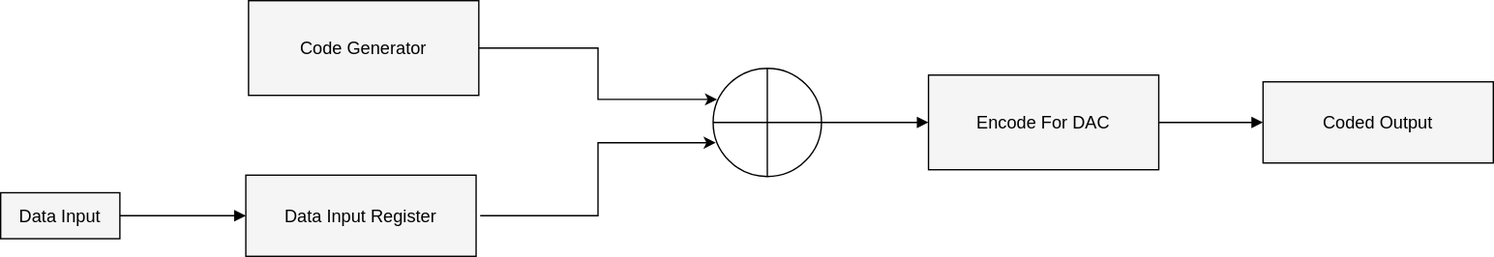
fredowski/spreads keeps this draw.io diagram as documentation/drawio/transmitter_abstract.svg. Above is the earlier version. Source tidied: cells renumbered, new cells last; positions are measured from the earlier drawing's top-left corner, leaving out a move shared by most shapes. Source of this version:
```xml
<mxGraphModel>
  <root>
    <mxCell id="0" />
    <mxCell id="1" parent="0" />
    <mxCell id="2" value="Data Input" style="rounded=0;whiteSpace=wrap;html=1;fillColor=#f5f5f5;strokeColor=#000000;fontSize=13;fontColor=#000000;" parent="1" vertex="1">
      <mxGeometry y="142" width="88" height="34" as="geometry" />
    </mxCell>
    <mxCell id="3" value="Code Generator" style="rounded=0;whiteSpace=wrap;html=1;fillColor=#f5f5f5;strokeColor=#000000;fontSize=13;fontColor=#000000;" parent="1" vertex="1">
      <mxGeometry x="183" width="170" height="70" as="geometry" />
    </mxCell>
    <mxCell id="4" value="Data Input Register" style="rounded=0;whiteSpace=wrap;html=1;fillColor=#f5f5f5;strokeColor=#000000;fontSize=13;fontColor=#000000;" parent="1" vertex="1">
      <mxGeometry x="181" y="129" width="170" height="60" as="geometry" />
    </mxCell>
    <mxCell id="5" value="Encode For DAC" style="rounded=0;whiteSpace=wrap;html=1;fillColor=#f5f5f5;strokeColor=#000000;fontSize=13;fontColor=#000000;" parent="1" vertex="1">
      <mxGeometry x="685" y="55" width="170" height="70" as="geometry" />
    </mxCell>
    <mxCell id="6" value="Coded Output" style="rounded=0;whiteSpace=wrap;html=1;fillColor=#f5f5f5;strokeColor=#000000;fontSize=13;fontColor=#000000;" parent="1" vertex="1">
      <mxGeometry x="932" y="60" width="170" height="60" as="geometry" />
    </mxCell>
    <mxCell id="7" style="edgeStyle=orthogonalEdgeStyle;rounded=0;html=1;endArrow=block;endFill=1;strokeColor=#000000;exitX=1;exitY=0.5;exitDx=0;exitDy=0;entryX=0;entryY=0.5;entryDx=0;entryDy=0;" parent="1" edge="1" source="2" target="4">
      <mxGeometry relative="1" as="geometry" />
    </mxCell>
    <mxCell id="8" style="edgeStyle=orthogonalEdgeStyle;rounded=0;html=1;endArrow=block;endFill=1;strokeColor=#000000;exitX=1;exitY=0.5;exitDx=0;exitDy=0;" parent="1" edge="1" source="12" target="5">
      <mxGeometry relative="1" as="geometry" />
    </mxCell>
    <mxCell id="9" style="edgeStyle=orthogonalEdgeStyle;rounded=0;html=1;endArrow=block;endFill=1;strokeColor=#000000;exitX=1;exitY=0.5;exitDx=0;exitDy=0;" parent="1" edge="1" source="5" target="6">
      <mxGeometry relative="1" as="geometry" />
    </mxCell>
    <mxCell id="10" style="edgeStyle=elbowEdgeStyle;rounded=0;jettySize=auto;html=1;" parent="1" edge="1" source="3">
      <mxGeometry relative="1" as="geometry">
        <mxPoint x="529" y="73" as="targetPoint" />
      </mxGeometry>
    </mxCell>
    <mxCell id="11" style="edgeStyle=elbowEdgeStyle;rounded=0;orthogonalLoop=1;jettySize=auto;html=1;" parent="1" edge="1">
      <mxGeometry relative="1" as="geometry">
        <mxPoint x="354" y="159" as="sourcePoint" />
        <mxPoint x="528" y="105" as="targetPoint" />
      </mxGeometry>
    </mxCell>
    <mxCell id="12" style="ellipse;whiteSpace=wrap;html=1;" parent="1" vertex="1">
      <mxGeometry x="526" y="50" width="80" height="80" as="geometry" />
    </mxCell>
    <mxCell id="13" style="endArrow=none;html=1;rounded=0;exitX=0;exitY=0.5;exitDx=0;exitDy=0;entryX=1;entryY=0.5;entryDx=0;entryDy=0;" parent="1" edge="1" source="12" target="12">
      <mxGeometry relative="1" as="geometry" />
    </mxCell>
    <mxCell id="14" style="endArrow=none;html=1;rounded=0;exitX=0.5;exitY=0;exitDx=0;exitDy=0;entryX=0.5;entryY=1;entryDx=0;entryDy=0;" parent="1" edge="1" source="12" target="12">
      <mxGeometry relative="1" as="geometry" />
    </mxCell>
  </root>
</mxGraphModel>
```
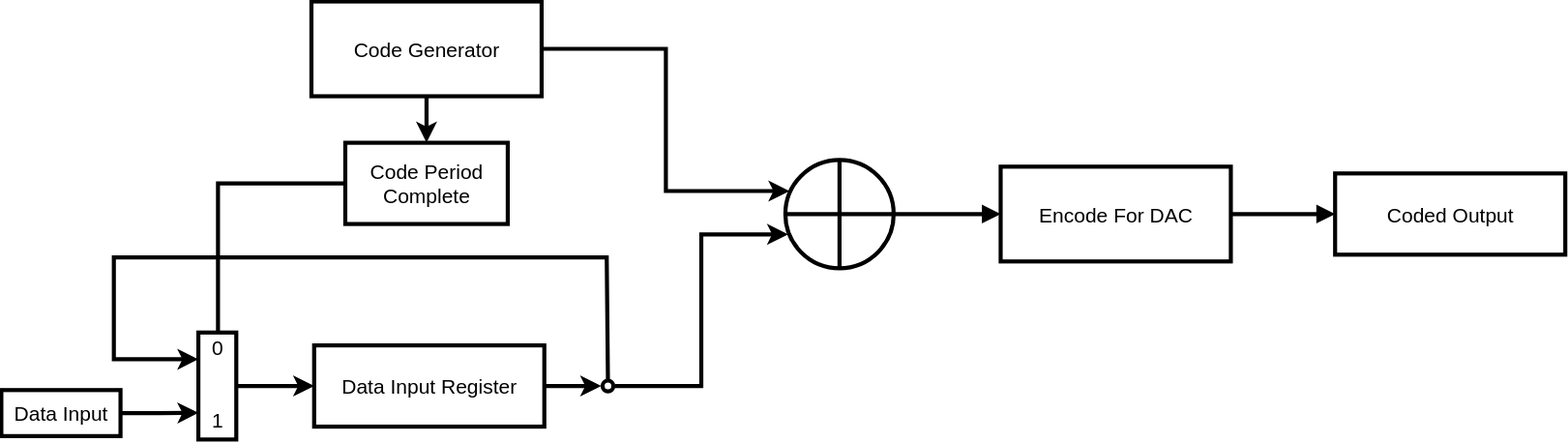
Later version of the same file.

Commit message:
Update tx schematic and presentation

Diff of the diagram source:
```diff
@@ -2,49 +2,85 @@
   <root>
     <mxCell id="0" />
     <mxCell id="1" parent="0" />
+    <mxCell id="15" style="edgeStyle=orthogonalEdgeStyle;rounded=0;jettySize=auto;html=1;entryX=0.25;entryY=0;entryDx=0;entryDy=0;fillColor=light-dark(#FFFFFF,#000000);strokeWidth=3;fontSize=15;" parent="1" edge="1" source="2" target="21">
+      <mxGeometry relative="1" as="geometry" />
+    </mxCell>
-    <mxCell id="2" value="Data Input" style="rounded=0;whiteSpace=wrap;html=1;fillColor=#f5f5f5;strokeColor=#000000;fontSize=13;fontColor=#000000;" parent="1" vertex="1">
-      <mxGeometry y="142" width="88" height="34" as="geometry" />
+    <mxCell id="2" value="Data Input" style="rounded=0;whiteSpace=wrap;html=1;fillColor=light-dark(#FFFFFF,#000000);strokeColor=#000000;fontSize=15;fontColor=#000000;strokeWidth=3;" parent="1" vertex="1">
+      <mxGeometry x="-53" y="220" width="88" height="34" as="geometry" />
     </mxCell>
+    <mxCell id="16" style="edgeStyle=orthogonalEdgeStyle;rounded=0;jettySize=auto;html=1;fillColor=light-dark(#FFFFFF,#000000);strokeWidth=3;fontSize=15;" parent="1" edge="1" source="3" target="18">
+      <mxGeometry relative="1" as="geometry" />
+    </mxCell>
-    <mxCell id="3" value="Code Generator" style="rounded=0;whiteSpace=wrap;html=1;fillColor=#f5f5f5;strokeColor=#000000;fontSize=13;fontColor=#000000;" parent="1" vertex="1">
-      <mxGeometry x="183" width="170" height="70" as="geometry" />
+    <mxCell id="3" value="Code Generator" style="rounded=0;whiteSpace=wrap;html=1;fillColor=light-dark(#FFFFFF,#000000);strokeColor=#000000;fontSize=15;fontColor=#000000;strokeWidth=3;" parent="1" vertex="1">
+      <mxGeometry x="176" y="-67" width="170" height="70" as="geometry" />
     </mxCell>
-    <mxCell id="4" value="Data Input Register" style="rounded=0;whiteSpace=wrap;html=1;fillColor=#f5f5f5;strokeColor=#000000;fontSize=13;fontColor=#000000;" parent="1" vertex="1">
-      <mxGeometry x="181" y="129" width="170" height="60" as="geometry" />
+    <mxCell id="4" value="Data Input Register" style="rounded=0;whiteSpace=wrap;html=1;fillColor=light-dark(#FFFFFF,#000000);strokeColor=#000000;fontSize=15;fontColor=#000000;strokeWidth=3;" parent="1" vertex="1">
+      <mxGeometry x="178" y="187" width="170" height="60" as="geometry" />
     </mxCell>
-    <mxCell id="5" value="Encode For DAC" style="rounded=0;whiteSpace=wrap;html=1;fillColor=#f5f5f5;strokeColor=#000000;fontSize=13;fontColor=#000000;" parent="1" vertex="1">
+    <mxCell id="5" value="Encode For DAC" style="rounded=0;whiteSpace=wrap;html=1;fillColor=light-dark(#FFFFFF,#000000);strokeColor=#000000;fontSize=15;fontColor=#000000;strokeWidth=3;" parent="1" vertex="1">
       <mxGeometry x="685" y="55" width="170" height="70" as="geometry" />
     </mxCell>
-    <mxCell id="6" value="Coded Output" style="rounded=0;whiteSpace=wrap;html=1;fillColor=#f5f5f5;strokeColor=#000000;fontSize=13;fontColor=#000000;" parent="1" vertex="1">
+    <mxCell id="6" value="Coded Output" style="rounded=0;whiteSpace=wrap;html=1;fillColor=light-dark(#FFFFFF,#000000);strokeColor=#000000;fontSize=15;fontColor=#000000;strokeWidth=3;" parent="1" vertex="1">
       <mxGeometry x="932" y="60" width="170" height="60" as="geometry" />
     </mxCell>
-    <mxCell id="7" style="edgeStyle=orthogonalEdgeStyle;rounded=0;html=1;endArrow=block;endFill=1;strokeColor=#000000;exitX=1;exitY=0.5;exitDx=0;exitDy=0;entryX=0;entryY=0.5;entryDx=0;entryDy=0;" parent="1" edge="1" source="2" target="4">
-      <mxGeometry relative="1" as="geometry" />
-    </mxCell>
-    <mxCell id="8" style="edgeStyle=orthogonalEdgeStyle;rounded=0;html=1;endArrow=block;endFill=1;strokeColor=#000000;exitX=1;exitY=0.5;exitDx=0;exitDy=0;" parent="1" edge="1" source="12" target="5">
+    <mxCell id="8" style="edgeStyle=orthogonalEdgeStyle;rounded=0;html=1;endArrow=block;endFill=1;strokeColor=#000000;exitX=1;exitY=0.5;exitDx=0;exitDy=0;fillColor=light-dark(#FFFFFF,#000000);strokeWidth=3;fontSize=15;" parent="1" edge="1" source="12" target="5">
       <mxGeometry relative="1" as="geometry" />
     </mxCell>
-    <mxCell id="9" style="edgeStyle=orthogonalEdgeStyle;rounded=0;html=1;endArrow=block;endFill=1;strokeColor=#000000;exitX=1;exitY=0.5;exitDx=0;exitDy=0;" parent="1" edge="1" source="5" target="6">
+    <mxCell id="9" style="edgeStyle=orthogonalEdgeStyle;rounded=0;html=1;endArrow=block;endFill=1;strokeColor=#000000;exitX=1;exitY=0.5;exitDx=0;exitDy=0;fillColor=light-dark(#FFFFFF,#000000);strokeWidth=3;fontSize=15;" parent="1" edge="1" source="5" target="6">
       <mxGeometry relative="1" as="geometry" />
     </mxCell>
-    <mxCell id="10" style="edgeStyle=elbowEdgeStyle;rounded=0;jettySize=auto;html=1;" parent="1" edge="1" source="3">
+    <mxCell id="10" style="edgeStyle=elbowEdgeStyle;rounded=0;jettySize=auto;html=1;fillColor=light-dark(#FFFFFF,#000000);strokeWidth=3;fontSize=15;" parent="1" edge="1" source="3">
       <mxGeometry relative="1" as="geometry">
         <mxPoint x="529" y="73" as="targetPoint" />
       </mxGeometry>
     </mxCell>
-    <mxCell id="11" style="edgeStyle=elbowEdgeStyle;rounded=0;orthogonalLoop=1;jettySize=auto;html=1;" parent="1" edge="1">
+    <mxCell id="11" style="edgeStyle=elbowEdgeStyle;rounded=0;jettySize=auto;html=1;exitX=1;exitY=0.5;exitDx=0;exitDy=0;fillColor=light-dark(#FFFFFF,#000000);strokeWidth=3;fontSize=15;" parent="1" edge="1" source="23">
       <mxGeometry relative="1" as="geometry">
-        <mxPoint x="354" y="159" as="sourcePoint" />
         <mxPoint x="528" y="105" as="targetPoint" />
       </mxGeometry>
     </mxCell>
-    <mxCell id="12" style="ellipse;whiteSpace=wrap;html=1;" parent="1" vertex="1">
+    <mxCell id="12" style="ellipse;whiteSpace=wrap;html=1;fillColor=light-dark(#FFFFFF,#000000);strokeWidth=3;fontSize=15;" parent="1" vertex="1">
       <mxGeometry x="526" y="50" width="80" height="80" as="geometry" />
     </mxCell>
-    <mxCell id="13" style="endArrow=none;html=1;rounded=0;exitX=0;exitY=0.5;exitDx=0;exitDy=0;entryX=1;entryY=0.5;entryDx=0;entryDy=0;" parent="1" edge="1" source="12" target="12">
+    <mxCell id="13" style="endArrow=none;html=1;rounded=0;exitX=0;exitY=0.5;exitDx=0;exitDy=0;entryX=1;entryY=0.5;entryDx=0;entryDy=0;fillColor=light-dark(#FFFFFF,#000000);strokeWidth=3;fontSize=15;" parent="1" edge="1" source="12" target="12">
       <mxGeometry relative="1" as="geometry" />
     </mxCell>
-    <mxCell id="14" style="endArrow=none;html=1;rounded=0;exitX=0.5;exitY=0;exitDx=0;exitDy=0;entryX=0.5;entryY=1;entryDx=0;entryDy=0;" parent="1" edge="1" source="12" target="12">
+    <mxCell id="14" style="endArrow=none;html=1;rounded=0;exitX=0.5;exitY=0;exitDx=0;exitDy=0;entryX=0.5;entryY=1;entryDx=0;entryDy=0;fillColor=light-dark(#FFFFFF,#000000);strokeWidth=3;fontSize=15;" parent="1" edge="1" source="12" target="12">
       <mxGeometry relative="1" as="geometry" />
     </mxCell>
+    <mxCell id="17" style="edgeStyle=orthogonalEdgeStyle;rounded=0;jettySize=auto;html=1;entryX=1;entryY=0.5;entryDx=0;entryDy=0;fillColor=light-dark(#FFFFFF,#000000);strokeWidth=3;fontSize=15;" parent="1" edge="1" source="18" target="21">
+      <mxGeometry relative="1" as="geometry">
+        <Array as="points">
+          <mxPoint x="107" y="67" />
+          <mxPoint x="107" y="181" />
+        </Array>
+      </mxGeometry>
+    </mxCell>
+    <mxCell id="18" value="Code Period Complete" style="rounded=0;whiteSpace=wrap;html=1;fillColor=light-dark(#FFFFFF,#000000);strokeWidth=3;fontSize=15;" parent="1" vertex="1">
+      <mxGeometry x="201" y="37.4" width="120" height="60" as="geometry" />
+    </mxCell>
+    <mxCell id="19" style="endArrow=classic;html=1;rounded=0;edgeStyle=orthogonalEdgeStyle;entryX=0.75;entryY=0;entryDx=0;entryDy=0;elbow=vertical;fillColor=light-dark(#FFFFFF,#000000);strokeWidth=3;fontSize=15;" parent="1" edge="1" target="21">
+      <mxGeometry relative="1" as="geometry">
+        <mxPoint x="395" y="215" as="sourcePoint" />
+        <Array as="points">
+          <mxPoint x="394" y="215" />
+          <mxPoint x="394" y="122" />
+          <mxPoint x="30" y="122" />
+          <mxPoint x="30" y="197" />
+        </Array>
+      </mxGeometry>
+    </mxCell>
+    <mxCell id="20" style="edgeStyle=orthogonalEdgeStyle;rounded=0;jettySize=auto;html=1;fillColor=light-dark(#FFFFFF,#000000);strokeWidth=3;fontSize=15;" parent="1" edge="1" source="21" target="4">
+      <mxGeometry relative="1" as="geometry" />
+    </mxCell>
+    <mxCell id="21" value="0&lt;br&gt;&lt;div&gt;&lt;br&gt;&lt;/div&gt;&lt;div&gt;&amp;nbsp; &amp;nbsp; &amp;nbsp;&lt;/div&gt;&lt;div&gt;1&lt;/div&gt;" style="rounded=0;whiteSpace=wrap;html=1;rotation=-90;textDirection=vertical-rl;fillColor=light-dark(#FFFFFF,#000000);strokeWidth=3;fontSize=15;" parent="1" vertex="1">
+      <mxGeometry x="67" y="203" width="79" height="28" as="geometry" />
+    </mxCell>
+    <mxCell id="22" style="edgeStyle=elbowEdgeStyle;rounded=0;jettySize=auto;html=1;exitX=1;exitY=0.5;exitDx=0;exitDy=0;fillColor=light-dark(#FFFFFF,#000000);strokeWidth=3;fontSize=15;" parent="1" edge="1" source="4" target="23">
+      <mxGeometry relative="1" as="geometry" />
+    </mxCell>
+    <mxCell id="23" style="verticalLabelPosition=bottom;shadow=0;dashed=0;align=center;html=1;verticalAlign=top;shape=mxgraph.electrical.logic_gates.inverting_contact;fillColor=light-dark(#FFFFFF,#000000);strokeWidth=3;fontSize=15;" parent="1" vertex="1">
+      <mxGeometry x="390" y="212" width="10" height="10" as="geometry" />
+    </mxCell>
   </root>
 </mxGraphModel>
```
